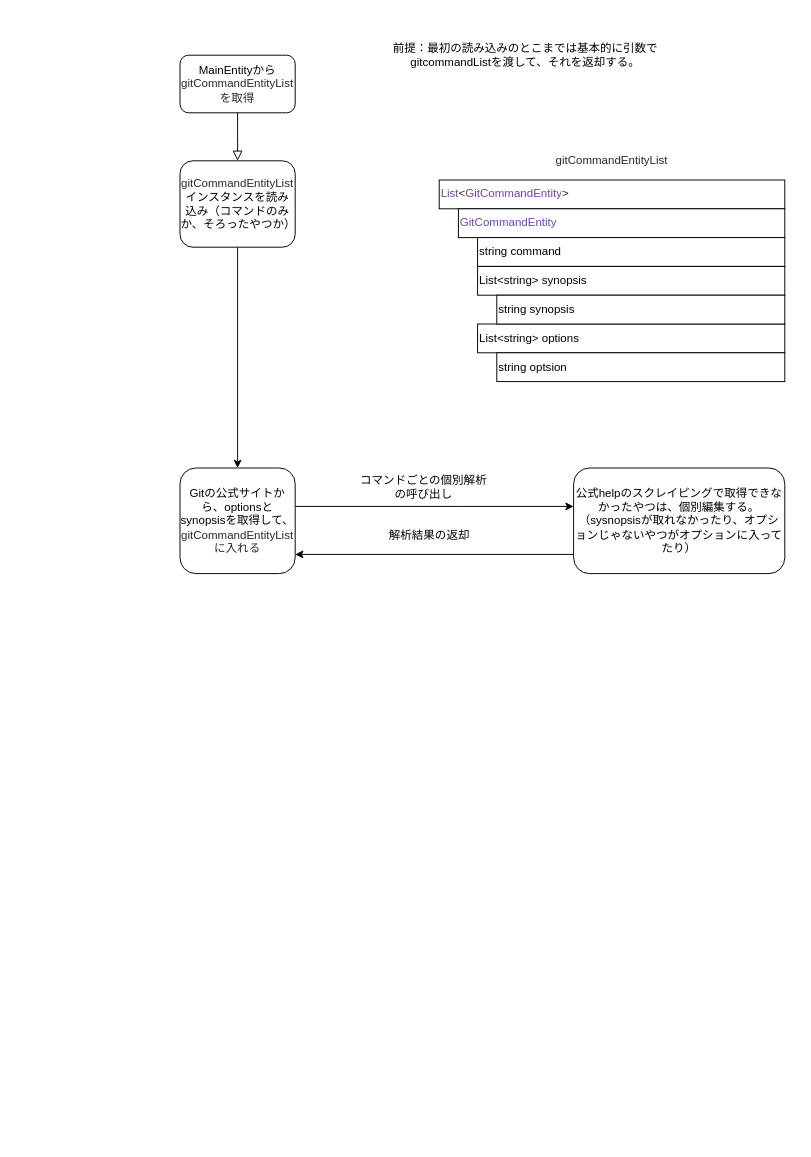
This is Git-Complete/temp/Untitled Diagram.drawio from monkey999por/Git-Complete, a draw.io file, before an edit. Source tidied: cells renumbered, new cells numbered last; positions are measured from the earlier drawing's top-left corner, leaving out a move shared by most shapes. Both pictures are drawn from the tidied source at 96%, with x=0, y=0 at pixel (180, 16).
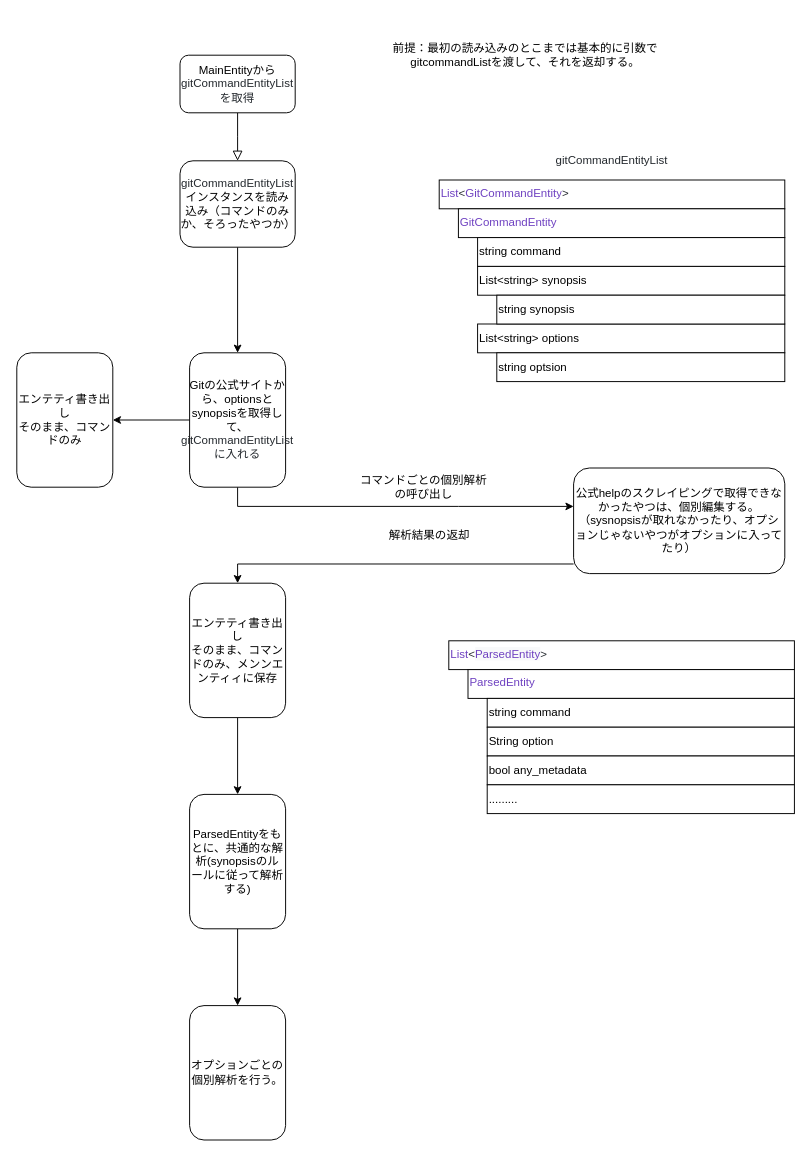
The same diagram, later.

The change refers to these unchanged cells:
```xml
<mxCell id="9" value="公式helpのスクレイピングで取得できなかったやつは、個別編集する。（sysnopsisが取れなかったり、オプションじゃないやつがオプションに入ってたり）" style="whiteSpace=wrap;html=1;rounded=1;" parent="1" vertex="1">
  <mxGeometry x="410" y="470" width="220" height="110" as="geometry" />
</mxCell>
```

The edit, as a diff of the source:
```diff
@@
+    <mxCell id="21" style="edgeStyle=orthogonalEdgeStyle;rounded=0;jettySize=auto;html=1;" parent="1" edge="1" source="7" target="22">
+      <mxGeometry relative="1" as="geometry" />
+    </mxCell>
     <mxCell id="7" value="Gitの公式サイトから、optionsとsynopsisを取得して、&lt;span class=&quot;pl-smi&quot; style=&quot;text-align: left ; color: rgb(36 , 41 , 46) ; text-transform: none ; text-indent: 0px ; letter-spacing: normal ; font-family: &amp;#34;helvetica&amp;#34; ; font-size: 12px ; font-style: normal ; font-variant: normal ; font-weight: 400 ; text-decoration: none ; word-spacing: 0px ; box-sizing: border-box&quot;&gt;gitCommandEntityListに入れる&lt;/span&gt;" style="rounded=1;whiteSpace=wrap;html=1;" parent="1" vertex="1">
-      <mxGeometry y="470" width="120" height="110" as="geometry" />
+      <mxGeometry x="10" y="350" width="100" height="140" as="geometry" />
     </mxCell>
     <mxCell id="8" style="edgeStyle=orthogonalEdgeStyle;rounded=0;jettySize=auto;html=1;" parent="1" edge="1" source="9">
       <mxGeometry relative="1" as="geometry">
-        <mxPoint x="120" y="560" as="targetPoint" />
+        <mxPoint x="60" y="590" as="targetPoint" />
         <Array as="points">
-          <mxPoint x="120" y="560" />
+          <mxPoint x="60" y="570" />
         </Array>
       </mxGeometry>
     </mxCell>
@@
+    <mxCell id="22" value="エンテティ書き出し&lt;br&gt;そのまま、コマンドのみ" style="rounded=1;whiteSpace=wrap;html=1;" parent="1" vertex="1">
+      <mxGeometry x="-170" y="350" width="100" height="140" as="geometry" />
+    </mxCell>
+    <mxCell id="23" style="edgeStyle=orthogonalEdgeStyle;rounded=0;jettySize=auto;html=1;" parent="1" edge="1" source="24" target="26">
+      <mxGeometry relative="1" as="geometry" />
+    </mxCell>
+    <mxCell id="24" value="エンテティ書き出し&lt;br&gt;そのまま、コマンドのみ、メンンエンティィに保存" style="rounded=1;whiteSpace=wrap;html=1;" parent="1" vertex="1">
+      <mxGeometry x="10" y="590" width="100" height="140" as="geometry" />
+    </mxCell>
+    <mxCell id="25" style="edgeStyle=orthogonalEdgeStyle;rounded=0;jettySize=auto;html=1;" parent="1" edge="1" source="26" target="33">
+      <mxGeometry relative="1" as="geometry" />
+    </mxCell>
+    <mxCell id="26" value="ParsedEntityをもとに、共通的な解析(synopsisのルールに従って解析する)" style="rounded=1;whiteSpace=wrap;html=1;" parent="1" vertex="1">
+      <mxGeometry x="10" y="810" width="100" height="140" as="geometry" />
+    </mxCell>
+    <mxCell id="27" value="&lt;span class=&quot;pl-en&quot; style=&quot;color: rgb(111 , 66 , 193) ; text-transform: none ; text-indent: 0px ; letter-spacing: normal ; font-size: 12px ; font-style: normal ; font-variant: normal ; font-weight: 400 ; text-decoration: none ; word-spacing: 0px ; box-sizing: border-box&quot;&gt;List&lt;/span&gt;&lt;span style=&quot;color: rgb(36 , 41 , 46) ; text-transform: none ; text-indent: 0px ; letter-spacing: normal ; text-decoration: none ; word-spacing: 0px ; display: inline ; float: none ; overflow-wrap: normal ; background-color: rgb(255 , 255 , 255)&quot;&gt;&amp;lt;&lt;/span&gt;&lt;span style=&quot;text-transform: none ; text-indent: 0px ; letter-spacing: normal ; text-decoration: none ; word-spacing: 0px ; display: inline ; float: none ; overflow-wrap: normal ; background-color: rgb(248 , 249 , 250)&quot;&gt;&lt;font color=&quot;#6f42c1&quot;&gt;ParsedEntity&lt;/font&gt;&lt;/span&gt;&lt;span style=&quot;color: rgb(36 , 41 , 46) ; text-transform: none ; text-indent: 0px ; letter-spacing: normal ; text-decoration: none ; word-spacing: 0px ; display: inline ; float: none ; overflow-wrap: normal ; background-color: rgb(255 , 255 , 255)&quot;&gt;&amp;gt;&lt;/span&gt;" style="rounded=0;whiteSpace=wrap;html=1;align=left;horizontal=1;verticalAlign=top;" parent="1" vertex="1">
+      <mxGeometry x="280" y="650" width="360" height="30" as="geometry" />
+    </mxCell>
+    <mxCell id="28" value="&lt;div&gt;&lt;span style=&quot;color: rgb(36 , 41 , 46) ; text-transform: none ; text-indent: 0px ; letter-spacing: normal ; font-family: &amp;#34;helvetica&amp;#34; ; font-size: 12px ; font-style: normal ; font-variant: normal ; font-weight: 400 ; text-decoration: none ; word-spacing: 0px ; display: inline ; float: none ; overflow-wrap: normal ; background-color: rgb(255 , 255 , 255)&quot;&gt;&lt;/span&gt;&lt;span class=&quot;pl-en&quot; style=&quot;color: rgb(111 , 66 , 193) ; text-transform: none ; text-indent: 0px ; letter-spacing: normal ; font-family: &amp;#34;helvetica&amp;#34; ; font-size: 12px ; font-style: normal ; font-variant: normal ; font-weight: 400 ; text-decoration: none ; word-spacing: 0px ; box-sizing: border-box&quot;&gt;ParsedEntity&lt;/span&gt;&lt;span style=&quot;color: rgb(36 , 41 , 46) ; text-transform: none ; text-indent: 0px ; letter-spacing: normal ; font-family: &amp;#34;helvetica&amp;#34; ; font-size: 12px ; font-style: normal ; font-variant: normal ; font-weight: 400 ; text-decoration: none ; word-spacing: 0px ; display: inline ; float: none ; overflow-wrap: normal ; background-color: rgb(255 , 255 , 255)&quot;&gt;&lt;/span&gt;&lt;/div&gt;" style="rounded=0;whiteSpace=wrap;html=1;align=left;verticalAlign=top;" parent="1" vertex="1">
+      <mxGeometry x="300" y="680" width="340" height="30" as="geometry" />
+    </mxCell>
+    <mxCell id="29" value="string command" style="rounded=0;whiteSpace=wrap;html=1;align=left;" parent="1" vertex="1">
+      <mxGeometry x="320" y="710" width="320" height="30" as="geometry" />
+    </mxCell>
+    <mxCell id="30" value="String option" style="rounded=0;whiteSpace=wrap;html=1;align=left;" parent="1" vertex="1">
+      <mxGeometry x="320" y="740" width="320" height="30" as="geometry" />
+    </mxCell>
+    <mxCell id="31" value="bool any_metadata" style="rounded=0;whiteSpace=wrap;html=1;align=left;" parent="1" vertex="1">
+      <mxGeometry x="320" y="770" width="320" height="30" as="geometry" />
+    </mxCell>
+    <mxCell id="32" value="........." style="rounded=0;whiteSpace=wrap;html=1;align=left;" parent="1" vertex="1">
+      <mxGeometry x="320" y="800" width="320" height="30" as="geometry" />
+    </mxCell>
+    <mxCell id="33" value="オプションごとの個別解析を行う。" style="rounded=1;whiteSpace=wrap;html=1;" parent="1" vertex="1">
+      <mxGeometry x="10" y="1030" width="100" height="140" as="geometry" />
+    </mxCell>
```
